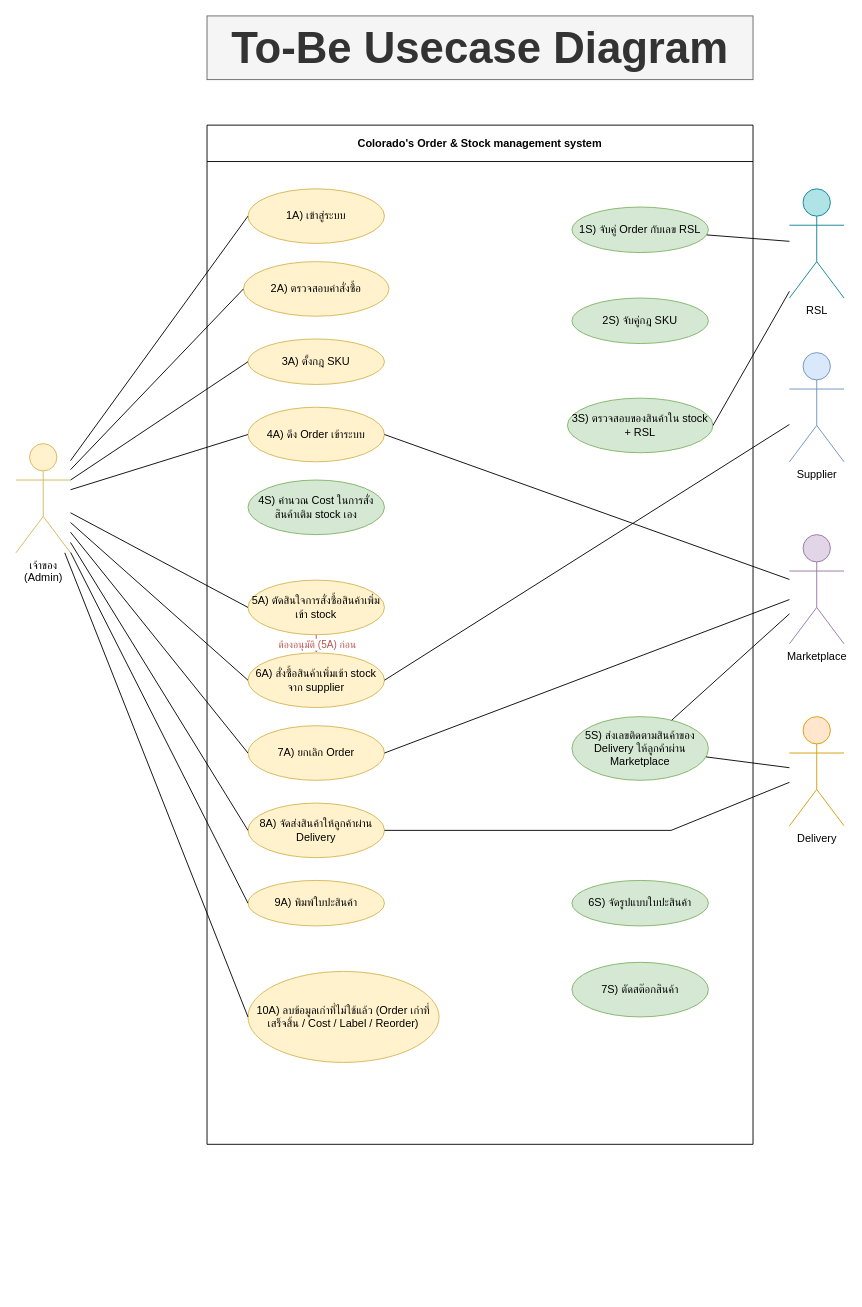
This is 02-chapter2-business-process/src/SA Project - UseCase-To-Be usecase (fixed2).drawio.xml from xbpkdi/321-sa-proj, a draw.io file, before an edit. Source tidied: cells renumbered, new cells numbered last; positions are measured from the earlier drawing's top-left corner, leaving out a move shared by most shapes. Both pictures are drawn from the tidied source at 91%, with x=0, y=0 at pixel (15, 15).
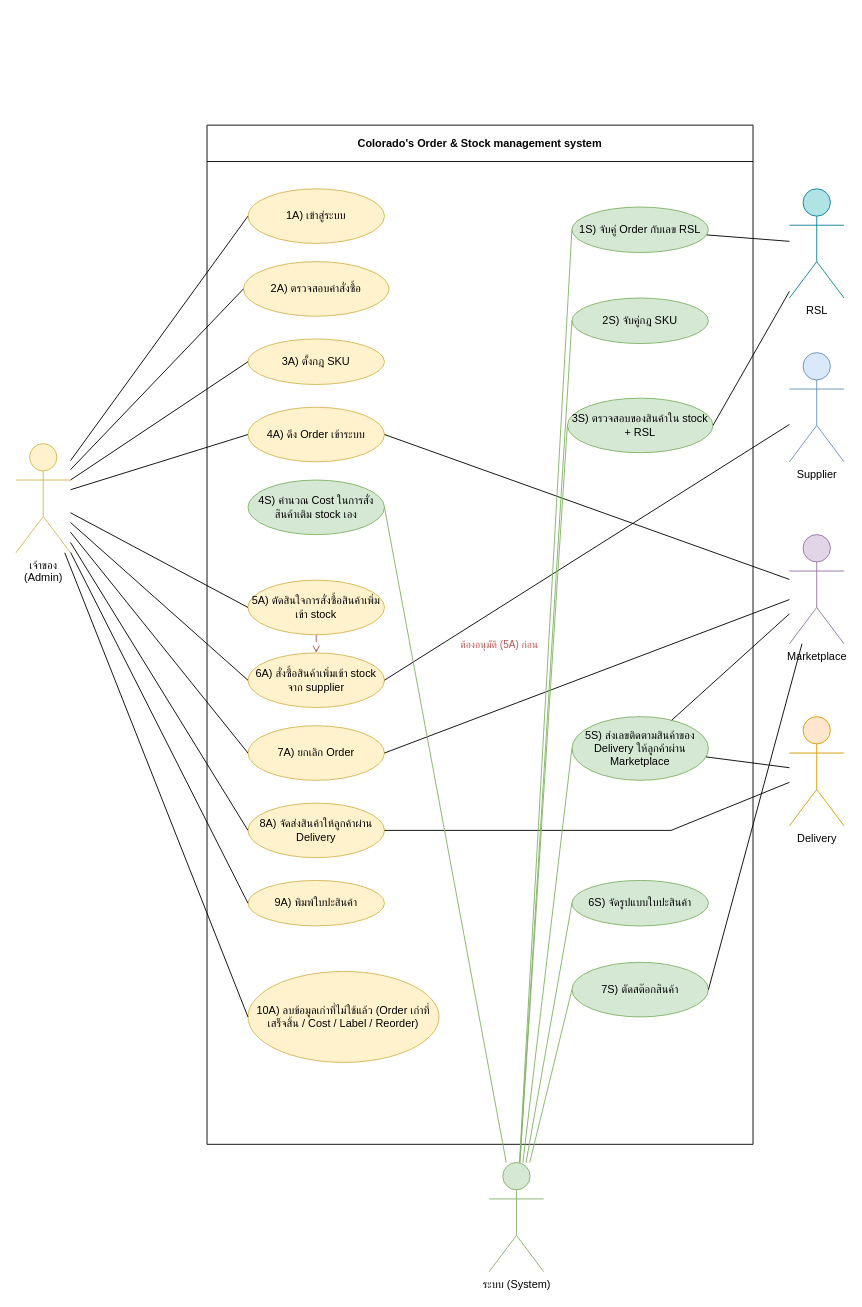
Above is the later version.

Commit message (it also covers changes not shown here):
docs: fix labels and actors in business process and use case diagrams

Unchanged cells that the change refers to:
```xml
<mxCell id="3" value="1S) จับคู่ Order กับเลข RSL" style="ellipse;whiteSpace=wrap;html=1;shapeInside=1;fillColor=#D5E8D4;strokeColor=#82B366;" parent="2" vertex="1">
  <mxGeometry x="401" y="90" width="150" height="50" as="geometry" />
</mxCell>
<mxCell id="5" value="3S) ตรวจสอบของสินค้าใน stock + RSL" style="ellipse;whiteSpace=wrap;html=1;shapeInside=1;fillColor=#D5E8D4;strokeColor=#82B366;" parent="2" vertex="1">
  <mxGeometry x="396" y="300" width="160" height="60" as="geometry" />
</mxCell>
<mxCell id="8" value="5S) ส่งเลขติดตามสินค้าของ Delivery ให้ลูกค้าผ่าน Marketplace" style="ellipse;whiteSpace=wrap;html=1;shapeInside=1;fillColor=#D5E8D4;strokeColor=#82B366;" parent="2" vertex="1">
  <mxGeometry x="401" y="650" width="150" height="70" as="geometry" />
</mxCell>
<mxCell id="11" value="4S)&amp;nbsp;คำนวณ Cost ในการสั่งสินค้าเติม stock เอง" style="ellipse;whiteSpace=wrap;html=1;shapeInside=1;fillColor=#D5E8D4;strokeColor=#82B366;" parent="2" vertex="1">
  <mxGeometry x="45" y="390" width="150" height="60" as="geometry" />
</mxCell>
<mxCell id="12" value="6S) จัดรูปแบบใบปะสินค้า" style="ellipse;whiteSpace=wrap;html=1;shapeInside=1;fillColor=#D5E8D4;strokeColor=#82B366;" parent="2" vertex="1">
  <mxGeometry x="401" y="830" width="150" height="50" as="geometry" />
</mxCell>
<mxCell id="13" value="&lt;div style=&quot;line-height: 50%;&quot;&gt;2S) จับคู่กฎ SKU&lt;/div&gt;" style="ellipse;whiteSpace=wrap;html=1;shapeInside=1;fillColor=#D5E8D4;strokeColor=#82B366;" parent="2" vertex="1">
  <mxGeometry x="401" y="190" width="150" height="50" as="geometry" />
</mxCell>
<mxCell id="18" value="7S) ตัดสต๊อกสินค้า" style="ellipse;whiteSpace=wrap;html=1;shapeInside=1;fillColor=#d5e8d4;strokeColor=#82b366;" parent="2" vertex="1">
  <mxGeometry x="401" y="920" width="150" height="60" as="geometry" />
</mxCell>
<mxCell id="20" style="edgeStyle=none;shape=connector;rounded=0;jettySize=auto;html=1;strokeColor=#b85450;align=center;verticalAlign=middle;fontFamily=Helvetica;fontSize=11;fontColor=#b85450;labelBackgroundColor=#ffffff;endArrow=open;endFill=0;dashed=1;dashPattern=8 8;" parent="2" edge="1" source="4" target="16">
  <mxGeometry relative="1" as="geometry" />
</mxCell>
<mxCell id="32" value="Marketplace" style="shape=umlActor;verticalLabelPosition=bottom;verticalAlign=top;html=1;outlineConnect=0;fillColor=#E1D5E7;strokeColor=#9673A6;" parent="1" vertex="1">
  <mxGeometry x="850" y="570" width="60" height="120" as="geometry" />
</mxCell>
```

Change to the diagram source:
```diff
@@
     <mxCell id="21" value="ต้องอนุมัติ (5A) ก่อน" style="edgeLabel;html=1;align=center;verticalAlign=middle;fontFamily=Helvetica;fontSize=11;fontColor=#b85450;labelBackgroundColor=#ffffff;" parent="20" vertex="1">
-      <mxGeometry relative="1" as="geometry" />
+      <mxGeometry relative="1" as="geometry">
+        <mxPoint x="200" as="offset" />
+      </mxGeometry>
     </mxCell>
@@
+    <mxCell id="46" style="exitX=1;exitY=0.5;exitDx=0;exitDy=0;edgeStyle=none;shape=connector;rounded=0;jettySize=auto;html=1;strokeColor=default;align=center;verticalAlign=middle;fontFamily=Helvetica;fontSize=20;fontColor=default;labelBackgroundColor=default;endArrow=none;endFill=0;jumpStyle=none;jumpSize=12;" parent="1" edge="1" source="18" target="32">
+      <mxGeometry relative="1" as="geometry" />
+    </mxCell>
@@
-    <mxCell id="39" value="&lt;font style=&quot;font-size: 48px;&quot;&gt;To-Be Usecase Diagram&lt;/font&gt;" style="text;html=1;whiteSpace=wrap;strokeColor=#666666;fillColor=#f5f5f5;align=center;verticalAlign=middle;rounded=0;fontStyle=1;fontColor=#333333;" parent="1" vertex="1">
-      <mxGeometry x="210" width="600" height="70" as="geometry" />
-    </mxCell>
@@
+    <mxCell id="47" value="ระบบ (System)" style="shape=umlActor;verticalLabelPosition=bottom;verticalAlign=top;html=1;outlineConnect=0;fillColor=#d5e8d4;strokeColor=#82b366;" parent="1" vertex="1">
+      <mxGeometry x="520" y="1260" width="60" height="120" as="geometry" />
+    </mxCell>
+    <mxCell id="48" style="entryX=0;entryY=0.5;entryDx=0;entryDy=0;edgeStyle=none;shape=connector;rounded=0;jettySize=auto;html=1;strokeColor=#82b366;align=center;verticalAlign=middle;fontFamily=Helvetica;fontSize=12;fontColor=default;labelBackgroundColor=default;endArrow=none;endFill=0;" parent="1" edge="1" source="47" target="3">
+      <mxGeometry relative="1" as="geometry" />
+    </mxCell>
+    <mxCell id="49" style="entryX=0;entryY=0.5;entryDx=0;entryDy=0;edgeStyle=none;shape=connector;rounded=0;jettySize=auto;html=1;strokeColor=#82b366;align=center;verticalAlign=middle;fontFamily=Helvetica;fontSize=12;fontColor=default;labelBackgroundColor=default;endArrow=none;endFill=0;" parent="1" edge="1" source="47" target="13">
+      <mxGeometry relative="1" as="geometry" />
+    </mxCell>
+    <mxCell id="50" style="entryX=0;entryY=0.5;entryDx=0;entryDy=0;edgeStyle=none;shape=connector;rounded=0;jettySize=auto;html=1;strokeColor=#82b366;align=center;verticalAlign=middle;fontFamily=Helvetica;fontSize=12;fontColor=default;labelBackgroundColor=default;endArrow=none;endFill=0;" parent="1" edge="1" source="47" target="5">
+      <mxGeometry relative="1" as="geometry" />
+    </mxCell>
+    <mxCell id="51" style="entryX=1;entryY=0.5;entryDx=0;entryDy=0;edgeStyle=none;shape=connector;rounded=0;jettySize=auto;html=1;strokeColor=#82b366;align=center;verticalAlign=middle;fontFamily=Helvetica;fontSize=12;fontColor=default;labelBackgroundColor=default;endArrow=none;endFill=0;" parent="1" edge="1" source="47" target="11">
+      <mxGeometry relative="1" as="geometry" />
+    </mxCell>
+    <mxCell id="52" style="entryX=0;entryY=0.5;entryDx=0;entryDy=0;edgeStyle=none;shape=connector;rounded=0;jettySize=auto;html=1;strokeColor=#82b366;align=center;verticalAlign=middle;fontFamily=Helvetica;fontSize=12;fontColor=default;labelBackgroundColor=default;endArrow=none;endFill=0;" parent="1" edge="1" source="47" target="8">
+      <mxGeometry relative="1" as="geometry" />
+    </mxCell>
+    <mxCell id="53" style="entryX=0;entryY=0.5;entryDx=0;entryDy=0;edgeStyle=none;shape=connector;rounded=0;jettySize=auto;html=1;strokeColor=#82b366;align=center;verticalAlign=middle;fontFamily=Helvetica;fontSize=12;fontColor=default;labelBackgroundColor=default;endArrow=none;endFill=0;" parent="1" edge="1" source="47" target="12">
+      <mxGeometry relative="1" as="geometry" />
+    </mxCell>
+    <mxCell id="54" style="entryX=0;entryY=0.5;entryDx=0;entryDy=0;edgeStyle=none;shape=connector;rounded=0;jettySize=auto;html=1;strokeColor=#82b366;align=center;verticalAlign=middle;fontFamily=Helvetica;fontSize=12;fontColor=default;labelBackgroundColor=default;endArrow=none;endFill=0;" parent="1" edge="1" source="47" target="18">
+      <mxGeometry relative="1" as="geometry" />
+    </mxCell>
```
